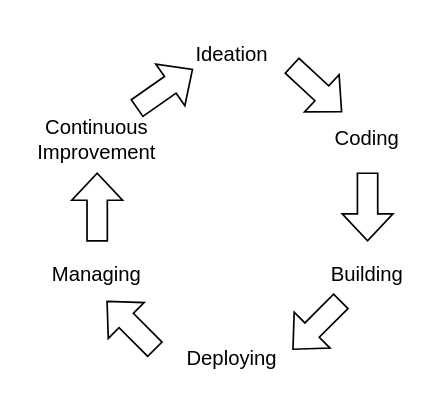
Sreno1/suds keeps this draw.io diagram as assets/images/Delivery-Pipeline.drawio. Above is the earlier version. Source tidied: cells renumbered, new cells numbered last; positions are measured from the earlier drawing's top-left corner, leaving out a move shared by most shapes. Both pictures are drawn from the tidied source at 169%, with x=0, y=0 at pixel (46, 29).
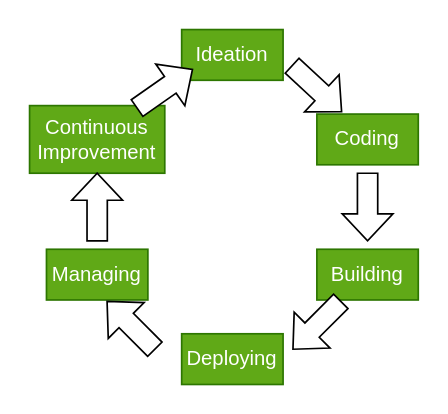
Above is the later version.

The edit, as a diff of the source:
```diff
@@
 <mxGraphModel>
   <root>
     <mxCell id="0" />
     <mxCell id="1" parent="0" />
-    <mxCell id="2" value="Ideation" style="text;html=1;strokeColor=none;fillColor=none;align=center;verticalAlign=middle;whiteSpace=wrap;rounded=0;" parent="1" vertex="1">
+    <mxCell id="2" value="Ideation" style="text;html=1;align=center;verticalAlign=middle;whiteSpace=wrap;rounded=0;fillColor=#60a917;fontColor=#ffffff;strokeColor=#2D7600;" parent="1" vertex="1">
       <mxGeometry x="80" width="60" height="30" as="geometry" />
     </mxCell>
-    <mxCell id="3" value="Building" style="text;html=1;strokeColor=none;fillColor=none;align=center;verticalAlign=middle;whiteSpace=wrap;rounded=0;" parent="1" vertex="1">
+    <mxCell id="3" value="Building" style="text;html=1;align=center;verticalAlign=middle;whiteSpace=wrap;rounded=0;fillColor=#60a917;fontColor=#ffffff;strokeColor=#2D7600;" parent="1" vertex="1">
       <mxGeometry x="160" y="130" width="60" height="30" as="geometry" />
     </mxCell>
-    <mxCell id="4" value="Coding" style="text;html=1;strokeColor=none;fillColor=none;align=center;verticalAlign=middle;whiteSpace=wrap;rounded=0;" parent="1" vertex="1">
+    <mxCell id="4" value="Coding" style="text;html=1;align=center;verticalAlign=middle;whiteSpace=wrap;rounded=0;fillColor=#60a917;fontColor=#ffffff;strokeColor=#2D7600;" parent="1" vertex="1">
       <mxGeometry x="160" y="50" width="60" height="30" as="geometry" />
     </mxCell>
-    <mxCell id="5" value="Deploying" style="text;html=1;strokeColor=none;fillColor=none;align=center;verticalAlign=middle;whiteSpace=wrap;rounded=0;" parent="1" vertex="1">
+    <mxCell id="5" value="Deploying" style="text;html=1;align=center;verticalAlign=middle;whiteSpace=wrap;rounded=0;fillColor=#60a917;fontColor=#ffffff;strokeColor=#2D7600;" parent="1" vertex="1">
       <mxGeometry x="80" y="180" width="60" height="30" as="geometry" />
     </mxCell>
-    <mxCell id="6" value="Managing" style="text;html=1;strokeColor=none;fillColor=none;align=center;verticalAlign=middle;whiteSpace=wrap;rounded=0;" parent="1" vertex="1">
+    <mxCell id="6" value="Managing" style="text;html=1;align=center;verticalAlign=middle;whiteSpace=wrap;rounded=0;fillColor=#60a917;fontColor=#ffffff;strokeColor=#2D7600;" parent="1" vertex="1">
       <mxGeometry y="130" width="60" height="30" as="geometry" />
     </mxCell>
-    <mxCell id="7" value="Continuous&lt;br&gt;Improvement" style="text;html=1;strokeColor=none;fillColor=none;align=center;verticalAlign=middle;whiteSpace=wrap;rounded=0;" parent="1" vertex="1">
-      <mxGeometry y="50" width="60" height="30" as="geometry" />
+    <mxCell id="7" value="Continuous&lt;br&gt;Improvement" style="text;html=1;align=center;verticalAlign=middle;whiteSpace=wrap;rounded=0;fillColor=#60a917;fontColor=#ffffff;strokeColor=#2D7600;" parent="1" vertex="1">
+      <mxGeometry x="-10" y="45" width="80" height="40" as="geometry" />
     </mxCell>
     <mxCell id="8" style="shape=singleArrow;whiteSpace=wrap;html=1;arrowWidth=0.4;arrowSize=0.4;rotation=-35;" parent="1" vertex="1">
       <mxGeometry x="50" y="20" width="40" height="30" as="geometry" />
     </mxCell>
     <mxCell id="9" style="shape=singleArrow;whiteSpace=wrap;html=1;arrowWidth=0.4;arrowSize=0.4;rotation=43;" parent="1" vertex="1">
       <mxGeometry x="140" y="20" width="40" height="30" as="geometry" />
     </mxCell>
     <mxCell id="10" style="shape=singleArrow;whiteSpace=wrap;html=1;arrowWidth=0.4;arrowSize=0.4;rotation=90;" parent="1" vertex="1">
       <mxGeometry x="170" y="90" width="40" height="30" as="geometry" />
     </mxCell>
     <mxCell id="11" style="shape=singleArrow;whiteSpace=wrap;html=1;arrowWidth=0.4;arrowSize=0.4;rotation=-90;" parent="1" vertex="1">
       <mxGeometry x="10" y="90" width="40" height="30" as="geometry" />
     </mxCell>
     <mxCell id="12" style="shape=singleArrow;whiteSpace=wrap;html=1;arrowWidth=0.4;arrowSize=0.4;rotation=-225;" parent="1" vertex="1">
       <mxGeometry x="140" y="160" width="40" height="30" as="geometry" />
     </mxCell>
     <mxCell id="13" style="shape=singleArrow;whiteSpace=wrap;html=1;arrowWidth=0.4;arrowSize=0.4;rotation=-135;" parent="1" vertex="1">
       <mxGeometry x="30" y="160" width="40" height="30" as="geometry" />
     </mxCell>
   </root>
 </mxGraphModel>
```
